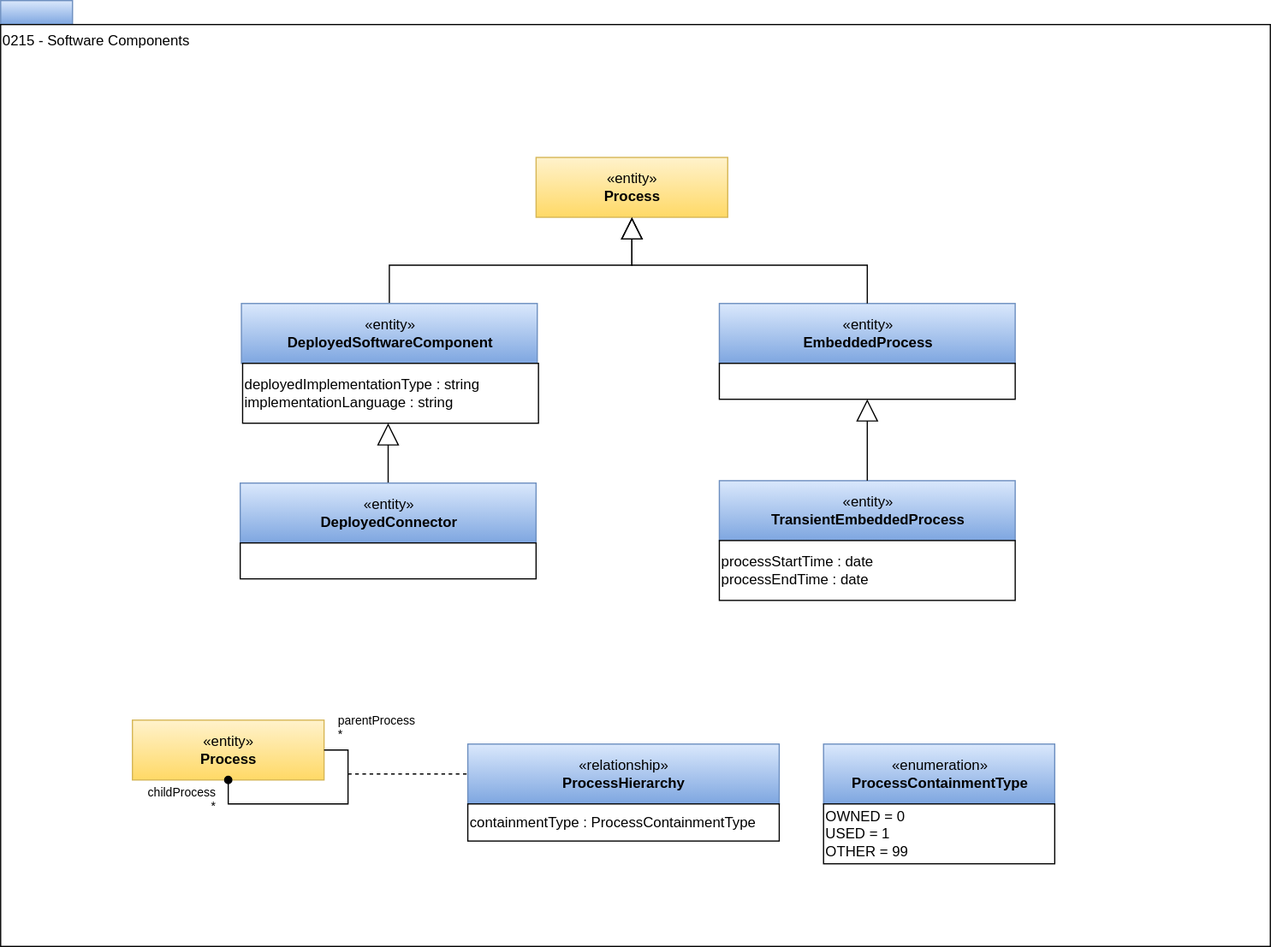
The draw.io diagram site/docs/types/2/0215-Software-Components.svg in odpi/egeria-docs, before a commit. Source tidied: cells renumbered, new cells last; positions are measured from the earlier drawing's top-left corner, leaving out a move shared by most shapes.
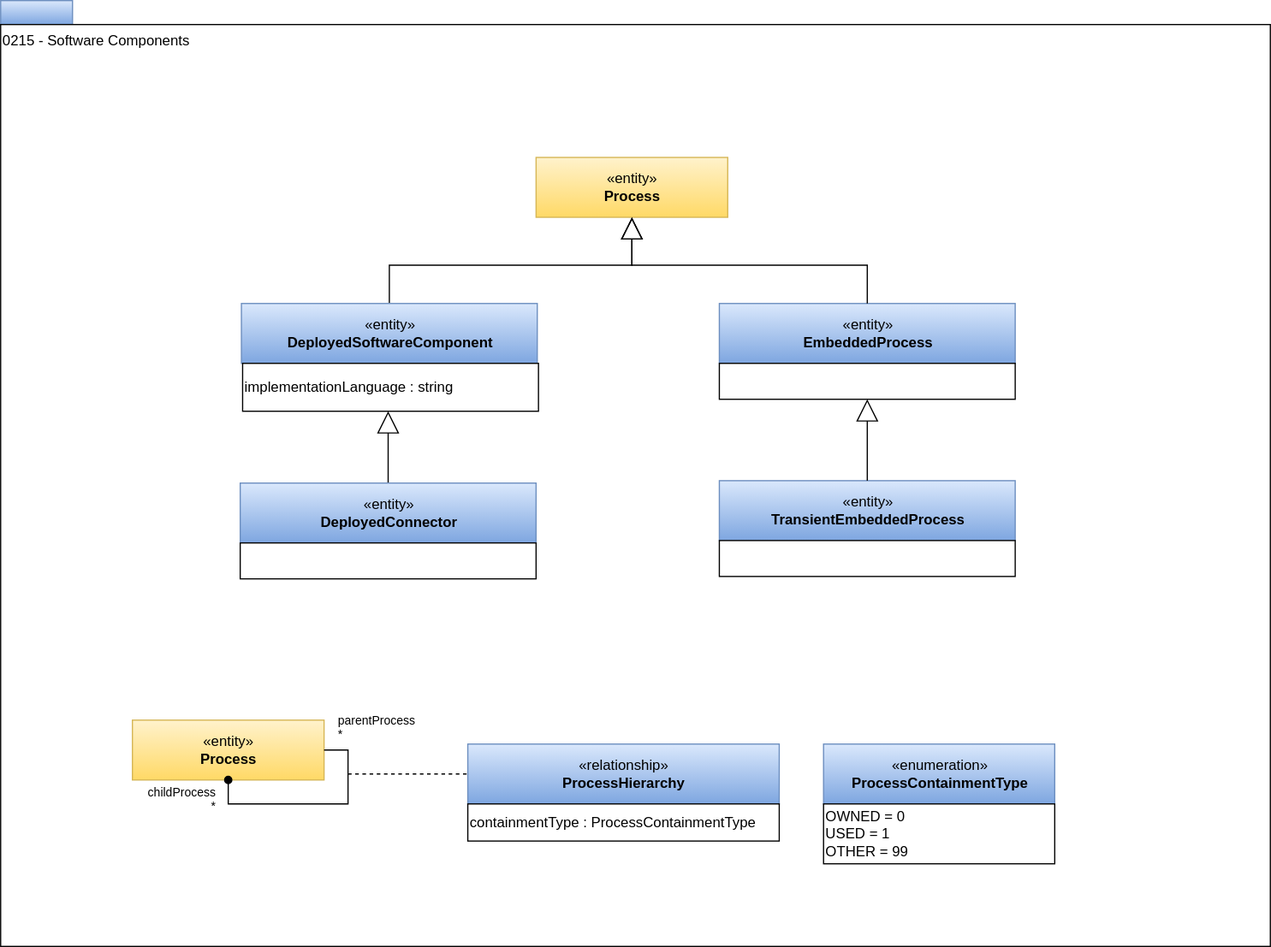
The same diagram one commit later.

What changed in the source:
```diff
@@ -25,8 +25,8 @@
     <mxCell id="7" value="«entity»&lt;br&gt;&lt;b&gt;DeployedSoftwareComponent&lt;/b&gt;" style="html=1;strokeColor=#6c8ebf;align=center;fillColor=#dae8fc;gradientColor=#7ea6e0;" parent="6" vertex="1">
       <mxGeometry width="247" height="50" as="geometry" />
     </mxCell>
-    <mxCell id="8" value="deployedImplementationType : string&lt;br&gt;implementationLanguage : string" style="rounded=0;whiteSpace=wrap;html=1;strokeColor=#000000;gradientColor=#ffffff;align=left;" parent="6" vertex="1">
-      <mxGeometry x="1" y="50" width="247" height="50" as="geometry" />
+    <mxCell id="8" value="implementationLanguage : string" style="rounded=0;whiteSpace=wrap;html=1;strokeColor=#000000;gradientColor=#ffffff;align=left;" parent="6" vertex="1">
+      <mxGeometry x="1" y="50" width="247" height="40" as="geometry" />
     </mxCell>
     <mxCell id="9" style="edgeStyle=orthogonalEdgeStyle;rounded=0;jettySize=auto;html=1;exitX=0.5;exitY=0;exitDx=0;exitDy=0;endArrow=block;endFill=0;endSize=16;" parent="1" edge="1" source="11" target="8">
       <mxGeometry x="-57" y="-1" as="geometry">
@@ -69,8 +69,8 @@
     <mxCell id="18" value="«entity»&lt;br&gt;&lt;b&gt;TransientEmbeddedProcess&lt;/b&gt;" style="html=1;strokeColor=#6c8ebf;align=center;fillColor=#dae8fc;gradientColor=#7ea6e0;" parent="17" vertex="1">
       <mxGeometry width="247" height="50" as="geometry" />
     </mxCell>
-    <mxCell id="19" value="&lt;span&gt;processStartTime : date&lt;/span&gt;&lt;br&gt;&lt;span&gt;processEndTime : date&lt;/span&gt;" style="rounded=0;whiteSpace=wrap;html=1;strokeColor=#000000;gradientColor=#ffffff;align=left;" parent="17" vertex="1">
-      <mxGeometry y="50" width="247" height="50" as="geometry" />
+    <mxCell id="19" style="rounded=0;whiteSpace=wrap;html=1;strokeColor=#000000;gradientColor=#ffffff;align=left;" parent="17" vertex="1">
+      <mxGeometry y="50" width="247" height="30" as="geometry" />
     </mxCell>
     <mxCell id="20" style="edgeStyle=orthogonalEdgeStyle;rounded=0;jettySize=auto;html=1;endArrow=block;endFill=0;endSize=16;entryX=0.5;entryY=1;entryDx=0;entryDy=0;" parent="1" edge="1" source="18" target="15">
       <mxGeometry x="83" y="9" as="geometry">
```
